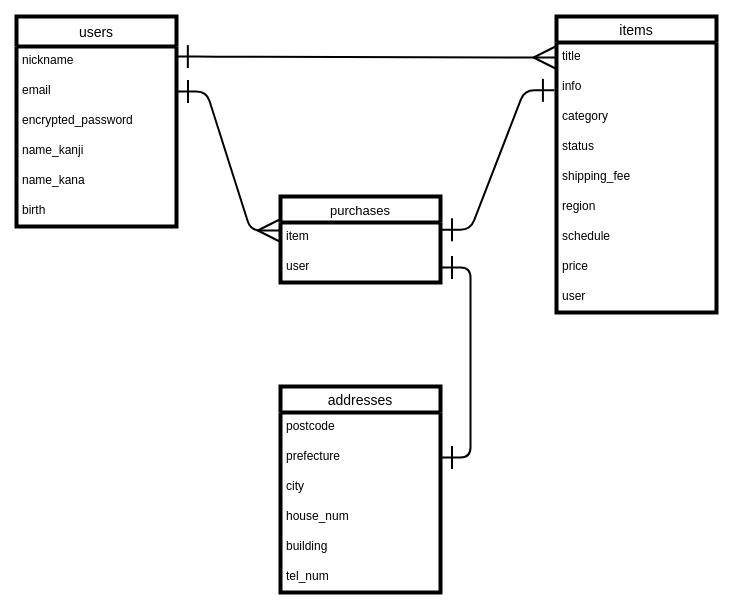
Earlier version of the draw.io diagram .dio (togakojima/furima-40922). Source tidied: cells renumbered, new cells numbered last; positions are measured from the earlier drawing's top-left corner, leaving out a move shared by most shapes. Both pictures are drawn from the tidied source at 100%, with x=0, y=0 at pixel (16, 16).
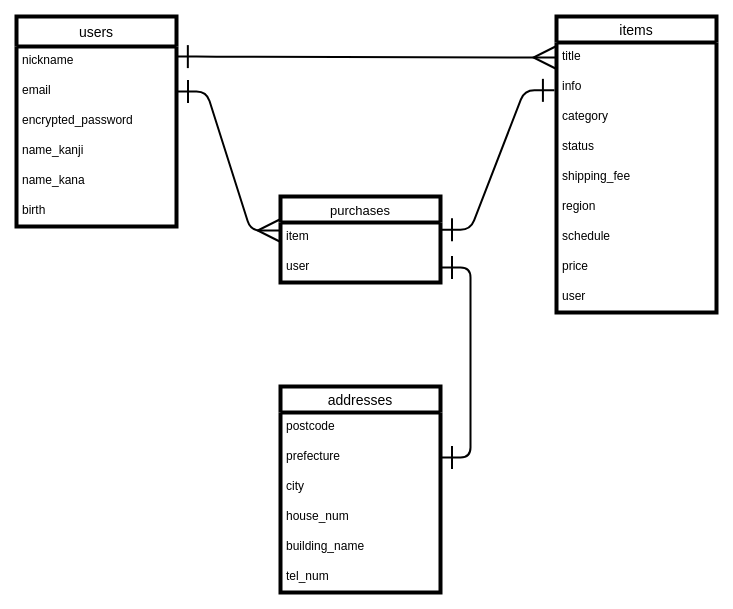
The same diagram, later.

The change refers to these unchanged cells:
```xml
<mxCell id="22" value="addresses" style="swimlane;fontStyle=0;horizontal=1;startSize=26;align=center;fontSize=14;strokeWidth=4;" parent="1" vertex="1">
  <mxGeometry x="264" y="370" width="160" height="206" as="geometry" />
</mxCell>
```

Change to the diagram source:
```diff
@@
-    <mxCell id="27" value="building" style="text;strokeColor=none;fillColor=none;spacingLeft=4;spacingRight=4;overflow=hidden;fontSize=12;strokeWidth=4;" parent="22" vertex="1">
+    <mxCell id="27" value="building_name" style="text;strokeColor=none;fillColor=none;spacingLeft=4;spacingRight=4;overflow=hidden;fontSize=12;strokeWidth=4;" parent="22" vertex="1">
       <mxGeometry y="146" width="160" height="30" as="geometry" />
     </mxCell>
```
